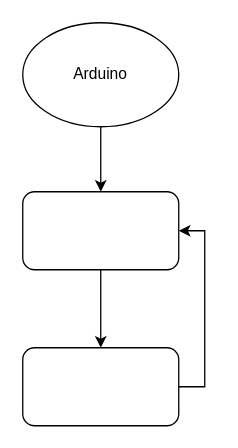
Above: led acende led apagar002 Diagram.drawio in emersonml/arduino001 (draw.io), before the change. Source tidied: cells renumbered, new cells numbered last; positions are measured from the earlier drawing's top-left corner, leaving out a move shared by most shapes. Both pictures are drawn from the tidied source at 130%, with x=0, y=0 at pixel (22, 22).
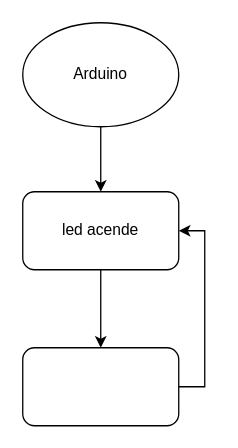
After the change.

Commit message:
led acende Diagram.drawio

Diff of the diagram source:
```diff
@@
 <mxGraphModel>
   <root>
     <mxCell id="0" />
     <mxCell id="1" parent="0" />
     <mxCell id="2" style="edgeStyle=orthogonalEdgeStyle;rounded=0;jettySize=auto;html=1;entryX=0.5;entryY=0;entryDx=0;entryDy=0;" parent="1" edge="1" source="3" target="5">
       <mxGeometry relative="1" as="geometry" />
     </mxCell>
     <mxCell id="3" value="Arduino" style="ellipse;whiteSpace=wrap;html=1;" parent="1" vertex="1">
       <mxGeometry width="120" height="80" as="geometry" />
     </mxCell>
     <mxCell id="4" style="edgeStyle=orthogonalEdgeStyle;rounded=0;jettySize=auto;html=1;entryX=0.5;entryY=0;entryDx=0;entryDy=0;" parent="1" edge="1" source="5" target="7">
       <mxGeometry relative="1" as="geometry" />
     </mxCell>
-    <mxCell id="5" style="rounded=1;whiteSpace=wrap;html=1;" parent="1" vertex="1">
+    <mxCell id="5" value="led acende" style="rounded=1;whiteSpace=wrap;html=1;" parent="1" vertex="1">
       <mxGeometry y="130" width="120" height="60" as="geometry" />
     </mxCell>
     <mxCell id="6" style="edgeStyle=orthogonalEdgeStyle;rounded=0;jettySize=auto;html=1;entryX=1;entryY=0.5;entryDx=0;entryDy=0;" parent="1" edge="1" source="7" target="5">
       <mxGeometry relative="1" as="geometry">
         <Array as="points">
           <mxPoint x="140" y="280" />
           <mxPoint x="140" y="160" />
         </Array>
       </mxGeometry>
     </mxCell>
     <mxCell id="7" style="rounded=1;whiteSpace=wrap;html=1;" parent="1" vertex="1">
       <mxGeometry y="250" width="120" height="60" as="geometry" />
     </mxCell>
   </root>
 </mxGraphModel>
```
